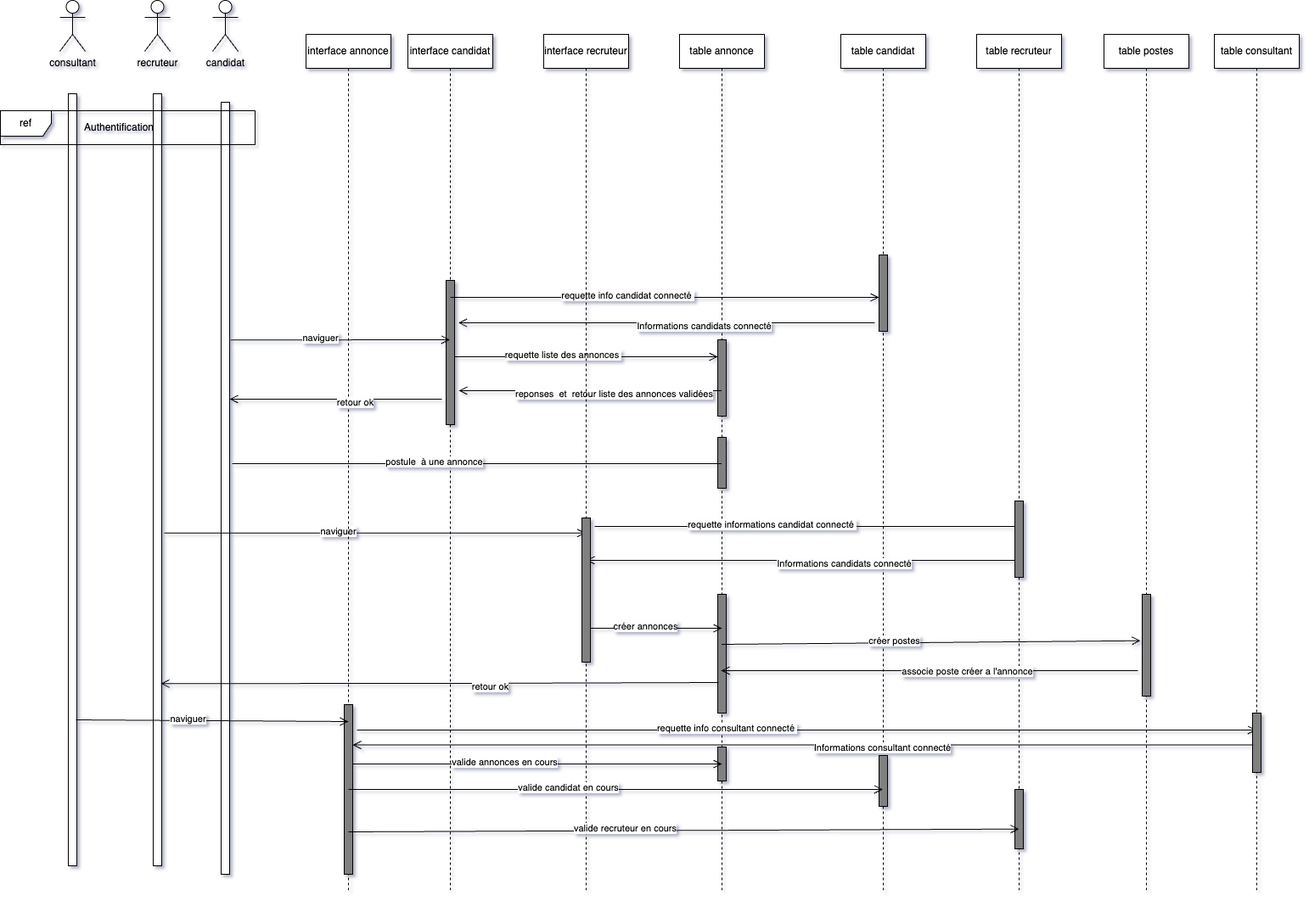
The draw.io diagram Documentation/diagrame de sequence.png in NOA-FASHION/Trtconseil, before a commit. Source tidied: cells renumbered, new cells last; positions are measured from the earlier drawing's top-left corner, leaving out a move shared by most shapes.
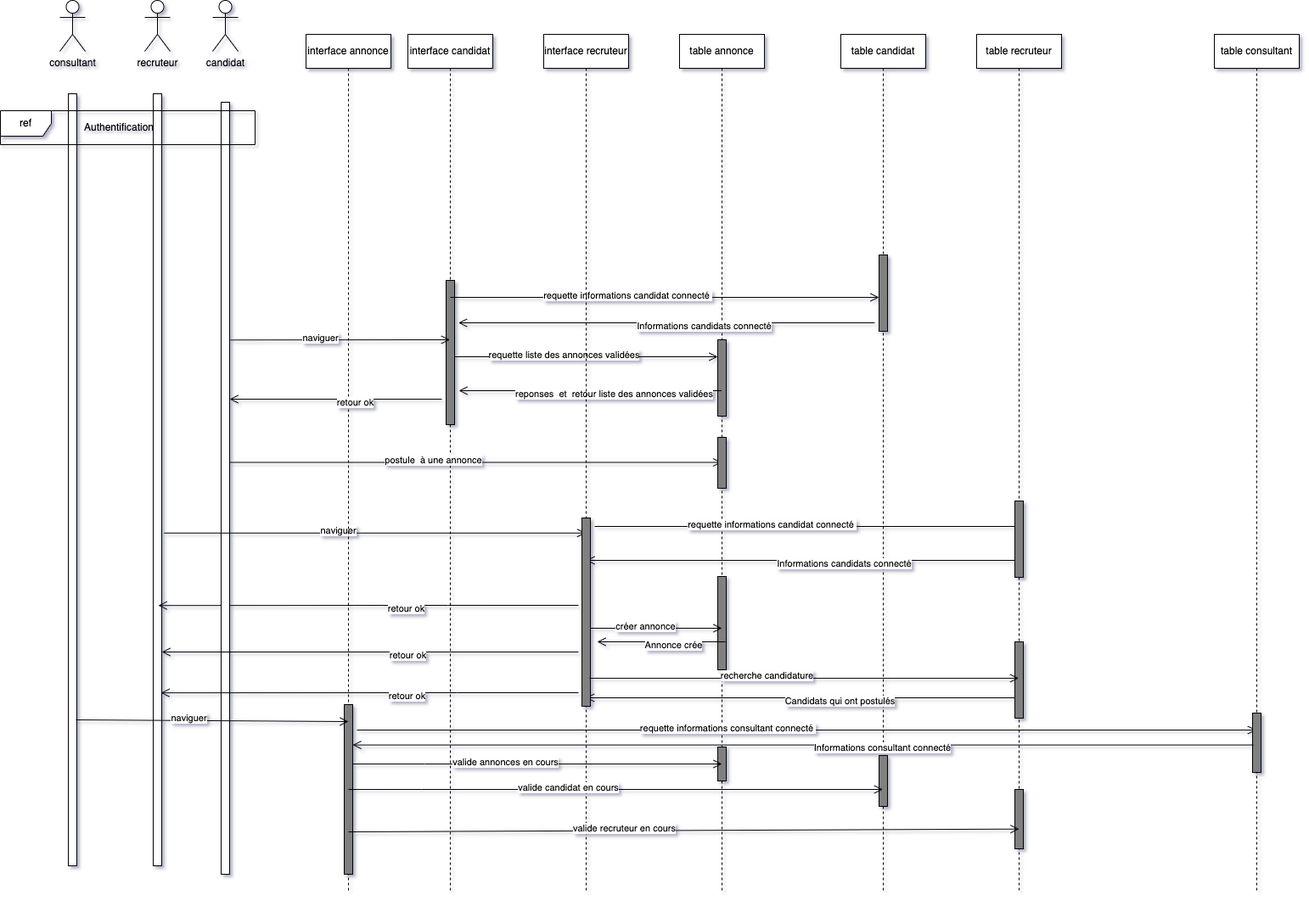
After the commit.

Diff of the diagram source:
```diff
@@ -14,6 +14,26 @@
     <mxCell id="5" style="html=1;perimeter=orthogonalPerimeter;fillColor=#808080;" parent="4" vertex="1">
       <mxGeometry x="45" y="290" width="10" height="170" as="geometry" />
     </mxCell>
+    <mxCell id="71" style="endArrow=open;startArrow=none;endFill=0;startFill=0;endSize=8;html=1;verticalAlign=bottom;labelBackgroundColor=none;strokeWidth=1;rounded=0;" parent="4" edge="1" target="8">
+      <mxGeometry relative="1" as="geometry">
+        <mxPoint x="-210" y="504.5" as="sourcePoint" />
+      </mxGeometry>
+    </mxCell>
+    <mxCell id="68" value="postule&amp;nbsp; à une annonce" style="edgeLabel;html=1;align=center;verticalAlign=middle;" parent="71" vertex="1">
+      <mxGeometry x="-0.18" y="3" relative="1" as="geometry" />
+    </mxCell>
+    <mxCell id="72" style="endArrow=open;startArrow=none;endFill=0;startFill=0;endSize=8;html=1;verticalAlign=bottom;labelBackgroundColor=none;strokeWidth=1;rounded=0;entryX=0.9;entryY=0.764;entryDx=0;entryDy=0;entryPerimeter=0;" parent="4" edge="1">
+      <mxGeometry relative="1" as="geometry">
+        <mxPoint x="201" y="673" as="sourcePoint" />
+        <mxPoint x="-294" y="673.2" as="targetPoint" />
+        <Array as="points">
+          <mxPoint x="47" y="673" />
+        </Array>
+      </mxGeometry>
+    </mxCell>
+    <mxCell id="73" value="retour ok" style="edgeLabel;html=1;align=center;verticalAlign=middle;" parent="72" vertex="1">
+      <mxGeometry x="-0.18" y="3" relative="1" as="geometry" />
+    </mxCell>
     <mxCell id="6" style="endArrow=open;startArrow=none;endFill=0;startFill=0;endSize=8;html=1;verticalAlign=bottom;labelBackgroundColor=none;strokeWidth=1;rounded=0;exitX=1.1;exitY=0.308;exitDx=0;exitDy=0;exitPerimeter=0;" parent="1" edge="1" source="27">
       <mxGeometry relative="1" as="geometry">
         <mxPoint x="529.5" y="400" as="targetPoint" />
@@ -29,7 +49,7 @@
       <mxGeometry x="45" y="360" width="10" height="90" as="geometry" />
     </mxCell>
     <mxCell id="10" style="html=1;points=[];perimeter=orthogonalPerimeter;fillColor=#808080;" parent="8" vertex="1">
-      <mxGeometry x="45" y="660" width="10" height="140" as="geometry" />
+      <mxGeometry x="45" y="639" width="10" height="110" as="geometry" />
     </mxCell>
     <mxCell id="11" style="html=1;perimeter=orthogonalPerimeter;fillColor=#808080;" parent="8" vertex="1">
       <mxGeometry x="45" y="840" width="10" height="40" as="geometry" />
@@ -39,7 +59,7 @@
         <mxPoint x="535" y="420" as="sourcePoint" />
       </mxGeometry>
     </mxCell>
-    <mxCell id="13" value="requette liste des annonces&amp;nbsp;" style="edgeLabel;html=1;align=center;verticalAlign=middle;" parent="12" vertex="1">
+    <mxCell id="13" value="requette liste des annonces validées" style="edgeLabel;html=1;align=center;verticalAlign=middle;" parent="12" vertex="1">
       <mxGeometry x="-0.18" y="3" relative="1" as="geometry" />
     </mxCell>
     <mxCell id="14" value="table candidat" style="shape=umlLifeline;perimeter=lifelinePerimeter;whiteSpace=wrap;html=1;outlineConnect=0;" parent="1" vertex="1">
@@ -57,24 +77,27 @@
     <mxCell id="17" value="requette informations candidat connecté&amp;nbsp;" style="edgeLabel;html=1;align=center;verticalAlign=middle;" parent="16" vertex="1">
       <mxGeometry x="-0.18" y="3" relative="1" as="geometry" />
     </mxCell>
-    <mxCell id="18" style="endArrow=open;startArrow=none;endFill=0;startFill=0;endSize=8;html=1;verticalAlign=bottom;labelBackgroundColor=none;strokeWidth=1;rounded=0;entryX=-0.2;entryY=0.456;entryDx=0;entryDy=0;entryPerimeter=0;" parent="14" edge="1" target="43">
-      <mxGeometry relative="1" as="geometry">
-        <mxPoint x="-140.5" y="719" as="sourcePoint" />
-      </mxGeometry>
-    </mxCell>
-    <mxCell id="19" value="créer postes" style="edgeLabel;html=1;align=center;verticalAlign=middle;" parent="18" vertex="1">
-      <mxGeometry x="-0.18" y="3" relative="1" as="geometry" />
-    </mxCell>
     <mxCell id="20" value="&lt;span style=&quot;color: rgba(0, 0, 0, 0); font-family: monospace; font-size: 0px; text-align: start;&quot;&gt;%3CmxGraphModel%3E%3Croot%3E%3CmxCell%20id%3D%220%22%2F%3E%3CmxCell%20id%3D%221%22%20parent%3D%220%22%2F%3E%3CmxCell%20id%3D%222%22%20value%3D%22%22%20style%3D%22endArrow%3Dopen%3BstartArrow%3Dnone%3BendFill%3D0%3BstartFill%3D0%3BendSize%3D8%3Bhtml%3D1%3BverticalAlign%3Dbottom%3BlabelBackgroundColor%3Dnone%3BstrokeWidth%3D1%3Brounded%3D0%3BexitX%3D1.3%3BexitY%3D0.569%3BexitDx%3D0%3BexitDy%3D0%3BexitPerimeter%3D0%3B%22%20edge%3D%221%22%20parent%3D%221%22%3E%3CmxGeometry%20width%3D%22160%22%20relative%3D%221%22%20as%3D%22geometry%22%3E%3CmxPoint%20x%3D%22-97%22%20y%3D%22747.79%22%20as%3D%22sourcePoint%22%2F%3E%3CmxPoint%20x%3D%22399.5%22%20y%3D%22747.79%22%20as%3D%22targetPoint%22%2F%3E%3C%2FmxGeometry%3E%3C%2FmxCell%3E%3CmxCell%20id%3D%223%22%20value%3D%22naviguer%22%20style%3D%22edgeLabel%3Bhtml%3D1%3Balign%3Dcenter%3BverticalAlign%3Dmiddle%3Bresizable%3D0%3Bpoints%3D%5B%5D%3B%22%20connectable%3D%220%22%20vertex%3D%221%22%20parent%3D%222%22%3E%3CmxGeometry%20x%3D%22-0.1768%22%20y%3D%223%22%20relative%3D%221%22%20as%3D%22geometry%22%3E%3CmxPoint%20as%3D%22offset%22%2F%3E%3C%2FmxGeometry%3E%3C%2FmxCell%3E%3C%2Froot%3E%3C%2FmxGraphModel%3E&lt;/span&gt;" style="html=1;perimeter=orthogonalPerimeter;fillColor=#808080;" parent="14" vertex="1">
       <mxGeometry x="45" y="850" width="10" height="60" as="geometry" />
     </mxCell>
+    <mxCell id="74" style="endArrow=open;startArrow=none;endFill=0;startFill=0;endSize=8;html=1;verticalAlign=bottom;labelBackgroundColor=none;strokeWidth=1;rounded=0;" parent="14" edge="1" target="31">
+      <mxGeometry relative="1" as="geometry">
+        <mxPoint x="206" y="782" as="sourcePoint" />
+        <Array as="points">
+          <mxPoint x="61.5" y="782" />
+        </Array>
+      </mxGeometry>
+    </mxCell>
+    <mxCell id="75" value="Candidats qui ont postulés" style="edgeLabel;html=1;align=center;verticalAlign=middle;" parent="74" vertex="1">
+      <mxGeometry x="-0.18" y="3" relative="1" as="geometry" />
+    </mxCell>
     <mxCell id="21" style="endArrow=open;startArrow=none;endFill=0;startFill=0;endSize=8;html=1;verticalAlign=bottom;labelBackgroundColor=none;strokeWidth=1;rounded=0;" parent="1" edge="1">
       <mxGeometry relative="1" as="geometry">
         <mxPoint x="530" y="350" as="sourcePoint" />
         <mxPoint x="1035" y="350" as="targetPoint" />
       </mxGeometry>
     </mxCell>
-    <mxCell id="22" value="requette info candidat connecté&amp;nbsp;" style="edgeLabel;html=1;align=center;verticalAlign=middle;" parent="21" vertex="1">
+    <mxCell id="22" value="requette informations candidat connecté&amp;nbsp;" style="edgeLabel;html=1;align=center;verticalAlign=middle;" parent="21" vertex="1">
       <mxGeometry x="-0.18" y="3" relative="1" as="geometry" />
     </mxCell>
     <mxCell id="23" style="endArrow=open;startArrow=none;endFill=0;startFill=0;endSize=8;html=1;verticalAlign=bottom;labelBackgroundColor=none;strokeWidth=1;rounded=0;" parent="1" edge="1">
@@ -117,16 +140,28 @@
       <mxGeometry x="640" y="40" width="100" height="1010" as="geometry" />
     </mxCell>
     <mxCell id="32" style="html=1;points=[];perimeter=orthogonalPerimeter;fillColor=#808080;" parent="31" vertex="1">
-      <mxGeometry x="45" y="570" width="10" height="170" as="geometry" />
+      <mxGeometry x="45" y="570" width="10" height="222" as="geometry" />
     </mxCell>
     <mxCell id="33" style="endArrow=open;startArrow=none;endFill=0;startFill=0;endSize=8;html=1;verticalAlign=bottom;labelBackgroundColor=none;strokeWidth=1;rounded=0;" parent="31" edge="1" target="60">
       <mxGeometry relative="1" as="geometry">
         <mxPoint x="-220" y="820" as="sourcePoint" />
       </mxGeometry>
     </mxCell>
-    <mxCell id="34" value="requette info consultant connecté&amp;nbsp;" style="edgeLabel;html=1;align=center;verticalAlign=middle;" parent="33" vertex="1">
+    <mxCell id="34" value="requette informations consultant connecté&amp;nbsp;" style="edgeLabel;html=1;align=center;verticalAlign=middle;" parent="33" vertex="1">
       <mxGeometry x="-0.18" y="3" relative="1" as="geometry" />
     </mxCell>
+    <mxCell id="76" style="endArrow=open;startArrow=none;endFill=0;startFill=0;endSize=8;html=1;verticalAlign=bottom;labelBackgroundColor=none;strokeWidth=1;rounded=0;" parent="31" edge="1">
+      <mxGeometry relative="1" as="geometry">
+        <mxPoint x="214" y="716" as="sourcePoint" />
+        <mxPoint x="63" y="716" as="targetPoint" />
+        <Array as="points">
+          <mxPoint x="69.5" y="716" />
+        </Array>
+      </mxGeometry>
+    </mxCell>
+    <mxCell id="77" value="Annonce crée" style="edgeLabel;html=1;align=center;verticalAlign=middle;" parent="76" vertex="1">
+      <mxGeometry x="-0.18" y="3" relative="1" as="geometry" />
+    </mxCell>
     <mxCell id="35" value="table recruteur" style="shape=umlLifeline;perimeter=lifelinePerimeter;whiteSpace=wrap;html=1;outlineConnect=0;" parent="1" vertex="1">
       <mxGeometry x="1150" y="40" width="100" height="1010" as="geometry" />
     </mxCell>
@@ -136,6 +171,9 @@
     <mxCell id="37" style="html=1;points=[];perimeter=orthogonalPerimeter;fillColor=#808080;" parent="35" vertex="1">
       <mxGeometry x="45" y="890" width="10" height="70" as="geometry" />
     </mxCell>
+    <mxCell id="78" style="html=1;perimeter=orthogonalPerimeter;fillColor=#808080;" parent="35" vertex="1">
+      <mxGeometry x="45" y="716" width="10" height="90" as="geometry" />
+    </mxCell>
     <mxCell id="38" style="endArrow=open;startArrow=none;endFill=0;startFill=0;endSize=8;html=1;verticalAlign=bottom;labelBackgroundColor=none;strokeWidth=1;rounded=0;" parent="1" edge="1">
       <mxGeometry relative="1" as="geometry">
         <mxPoint x="1030" y="380" as="sourcePoint" />
@@ -154,32 +192,14 @@
         <mxPoint x="850" y="740" as="targetPoint" />
       </mxGeometry>
     </mxCell>
-    <mxCell id="41" value="créer annonces" style="edgeLabel;html=1;align=center;verticalAlign=middle;" parent="40" vertex="1">
+    <mxCell id="41" value="créer annonce" style="edgeLabel;html=1;align=center;verticalAlign=middle;" parent="40" vertex="1">
       <mxGeometry x="-0.18" y="3" relative="1" as="geometry" />
     </mxCell>
-    <mxCell id="42" value="table postes" style="shape=umlLifeline;perimeter=lifelinePerimeter;whiteSpace=wrap;html=1;" parent="1" vertex="1">
-      <mxGeometry x="1300" y="40" width="100" height="1010" as="geometry" />
-    </mxCell>
-    <mxCell id="43" style="html=1;points=[];perimeter=orthogonalPerimeter;fillColor=#808080;" parent="42" vertex="1">
-      <mxGeometry x="45" y="660" width="10" height="120" as="geometry" />
-    </mxCell>
-    <mxCell id="44" style="endArrow=open;startArrow=none;endFill=0;startFill=0;endSize=8;html=1;verticalAlign=bottom;labelBackgroundColor=none;strokeWidth=1;rounded=0;" parent="1" edge="1" target="8">
-      <mxGeometry relative="1" as="geometry">
-        <mxPoint x="1340" y="790" as="sourcePoint" />
-        <Array as="points">
-          <mxPoint x="1311" y="790" />
-        </Array>
-      </mxGeometry>
-    </mxCell>
-    <mxCell id="45" value="associe poste créer a l'annonce" style="edgeLabel;html=1;align=center;verticalAlign=middle;" parent="44" vertex="1">
-      <mxGeometry x="-0.18" y="3" relative="1" as="geometry">
-        <mxPoint y="-3" as="offset" />
-      </mxGeometry>
-    </mxCell>
-    <mxCell id="46" style="endArrow=open;startArrow=none;endFill=0;startFill=0;endSize=8;html=1;verticalAlign=bottom;labelBackgroundColor=none;strokeWidth=1;rounded=0;exitX=0.1;exitY=0.743;exitDx=0;exitDy=0;exitPerimeter=0;entryX=0.9;entryY=0.764;entryDx=0;entryDy=0;entryPerimeter=0;" parent="1" edge="1" source="10" target="3">
+    <mxCell id="46" style="endArrow=open;startArrow=none;endFill=0;startFill=0;endSize=8;html=1;verticalAlign=bottom;labelBackgroundColor=none;strokeWidth=1;rounded=0;" parent="1" edge="1" target="3">
       <mxGeometry relative="1" as="geometry">
+        <mxPoint x="681" y="768" as="sourcePoint" />
         <Array as="points">
-          <mxPoint x="530" y="805" />
+          <mxPoint x="530" y="768" />
         </Array>
       </mxGeometry>
     </mxCell>
@@ -261,17 +281,28 @@
     <mxCell id="66" style="html=1;perimeter=orthogonalPerimeter;fillColor=#808080;" parent="1" vertex="1">
       <mxGeometry x="845" y="515" width="10" height="60" as="geometry" />
     </mxCell>
-    <mxCell id="67" style="endArrow=none;startArrow=none;endFill=0;startFill=0;endSize=8;html=1;verticalAlign=bottom;labelBackgroundColor=none;strokeWidth=1;rounded=0;exitX=1.3;exitY=0.468;exitDx=0;exitDy=0;exitPerimeter=0;" parent="1" edge="1" source="27" target="8">
-      <mxGeometry relative="1" as="geometry" />
-    </mxCell>
-    <mxCell id="68" value="postule&amp;nbsp; à une annonce" style="edgeLabel;html=1;align=center;verticalAlign=middle;" parent="67" vertex="1">
-      <mxGeometry x="-0.18" y="3" relative="1" as="geometry" />
-    </mxCell>
     <mxCell id="69" value="ref" style="shape=umlFrame;whiteSpace=wrap;html=1;" parent="1" vertex="1">
       <mxGeometry y="130" width="300" height="40" as="geometry" />
     </mxCell>
     <mxCell id="70" value="Authentification" style="text;html=1;strokeColor=none;fillColor=none;align=center;verticalAlign=middle;whiteSpace=wrap;rounded=0;" parent="1" vertex="1">
       <mxGeometry x="110" y="135" width="60" height="30" as="geometry" />
     </mxCell>
+    <mxCell id="79" style="endArrow=open;startArrow=none;endFill=0;startFill=0;endSize=8;html=1;verticalAlign=bottom;labelBackgroundColor=none;strokeWidth=1;rounded=0;exitX=0.9;exitY=0.851;exitDx=0;exitDy=0;exitPerimeter=0;" parent="1" edge="1" source="32" target="35">
+      <mxGeometry relative="1" as="geometry" />
+    </mxCell>
+    <mxCell id="80" value="recherche candidature" style="edgeLabel;html=1;align=center;verticalAlign=middle;" parent="79" vertex="1">
+      <mxGeometry x="-0.18" y="3" relative="1" as="geometry" />
+    </mxCell>
+    <mxCell id="81" style="endArrow=open;startArrow=none;endFill=0;startFill=0;endSize=8;html=1;verticalAlign=bottom;labelBackgroundColor=none;strokeWidth=1;rounded=0;entryX=0.9;entryY=0.776;entryDx=0;entryDy=0;entryPerimeter=0;" parent="1" edge="1" target="3">
+      <mxGeometry relative="1" as="geometry">
+        <mxPoint x="681" y="816" as="sourcePoint" />
+        <Array as="points">
+          <mxPoint x="538" y="816" />
+        </Array>
+      </mxGeometry>
+    </mxCell>
+    <mxCell id="82" value="retour ok" style="edgeLabel;html=1;align=center;verticalAlign=middle;" parent="81" vertex="1">
+      <mxGeometry x="-0.18" y="3" relative="1" as="geometry" />
+    </mxCell>
   </root>
 </mxGraphModel>
```
